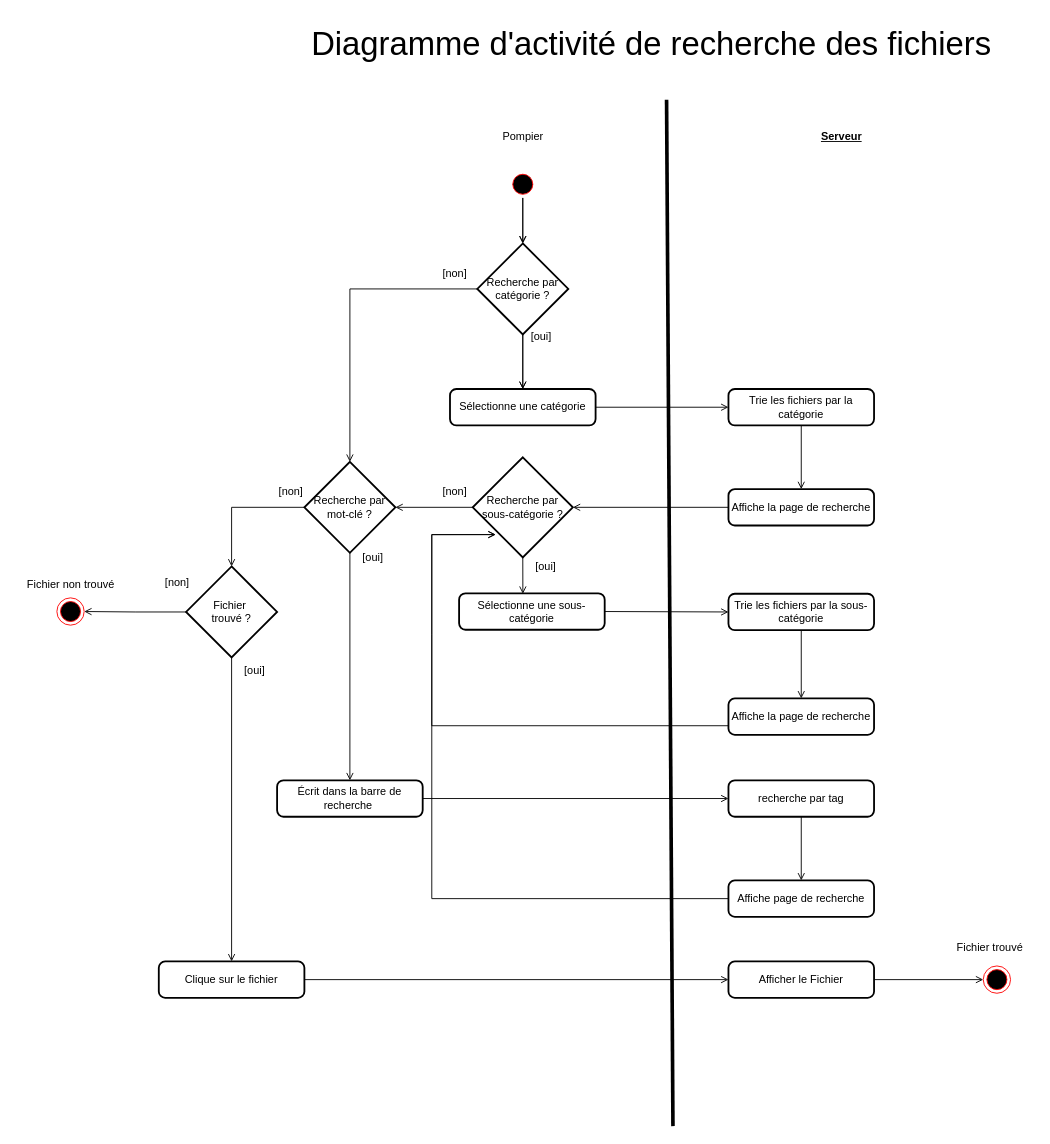
This is page "Diagramme d'activité: Recherche fichier" (4 of 15) of docs/UML.drawio from Nathan-Etave/Hades, a draw.io file, before an edit. Source tidied: cells renumbered, new cells numbered last; positions are measured from the earlier drawing's top-left corner, leaving out a move shared by most shapes. Both pictures are drawn from the tidied source at 91%, with x=0, y=0 at pixel (15, 15).
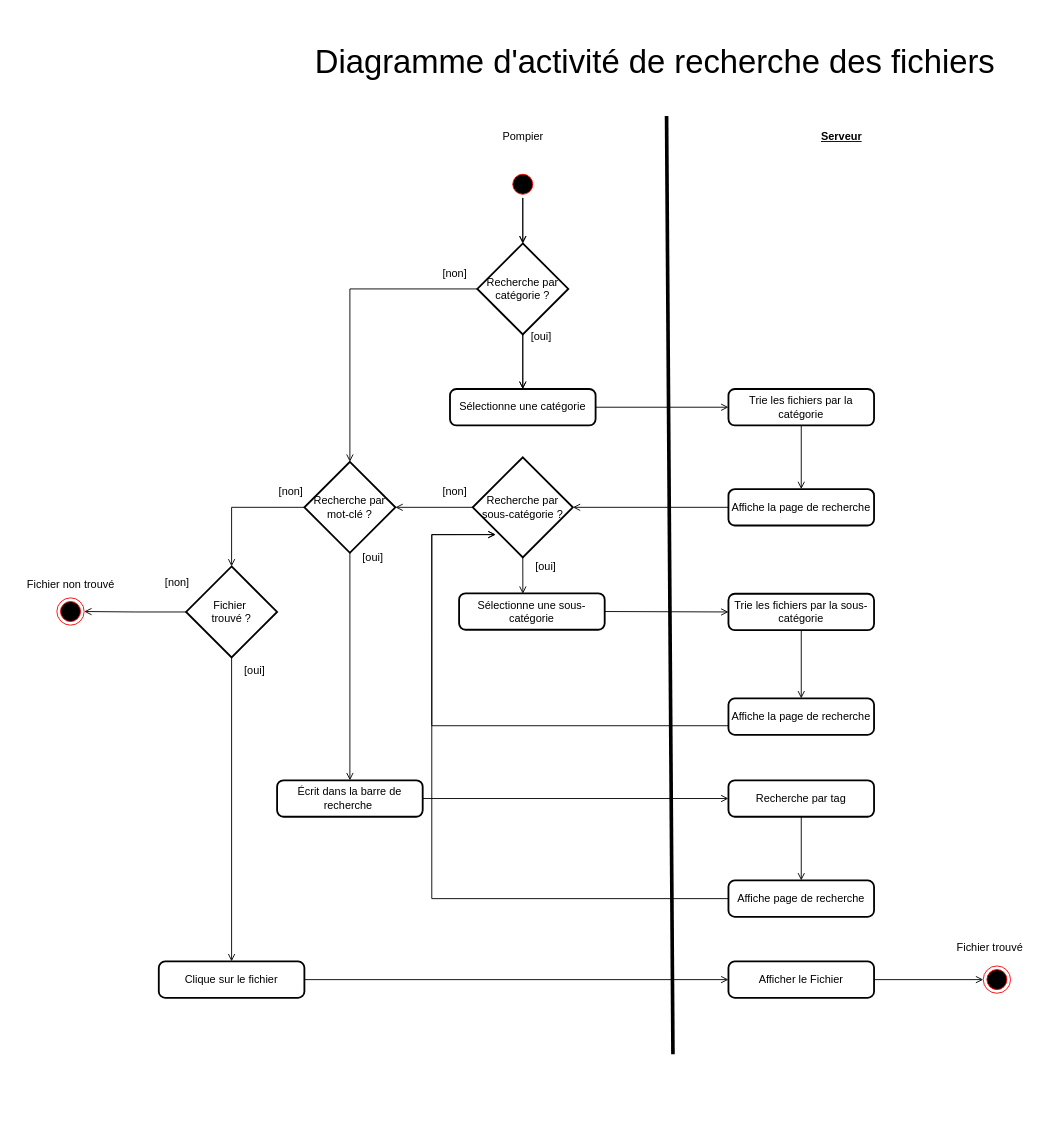
After the change.

What changed in the source:
```diff
@@
     <mxCell id="4" style="endArrow=none;html=1;rounded=0;strokeWidth=4;" parent="1" edge="1">
       <mxGeometry relative="1" as="geometry">
-        <mxPoint x="722" y="1220" as="sourcePoint" />
-        <mxPoint x="715" y="92" as="targetPoint" />
+        <mxPoint x="722" y="1141" as="sourcePoint" />
+        <mxPoint x="715" y="110" as="targetPoint" />
       </mxGeometry>
     </mxCell>
@@
-    <mxCell id="33" value="recherche par tag" style="rounded=1;whiteSpace=wrap;html=1;absoluteArcSize=1;arcSize=14;strokeWidth=2;" parent="1" vertex="1">
+    <mxCell id="33" value="Recherche par tag" style="rounded=1;whiteSpace=wrap;html=1;absoluteArcSize=1;arcSize=14;strokeWidth=2;" parent="1" vertex="1">
       <mxGeometry x="783" y="840" width="160" height="40" as="geometry" />
     </mxCell>
@@
     <mxCell id="55" value="&lt;font style=&quot;font-size: 36px;&quot;&gt;Diagramme d'activité de recherche des fichiers&lt;br&gt;&lt;/font&gt;" style="text;html=1;align=center;verticalAlign=middle;strokeColor=none;fillColor=none;" parent="1" vertex="1">
-      <mxGeometry x="313" width="770" height="60" as="geometry" />
+      <mxGeometry x="317" y="20" width="770" height="60" as="geometry" />
     </mxCell>
```
